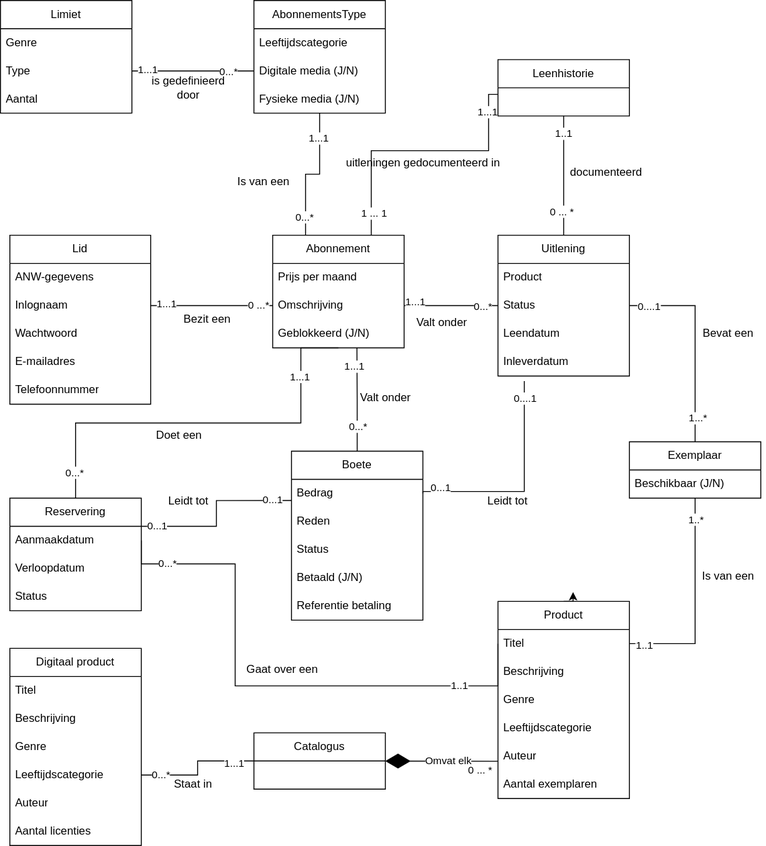
This is documents/domain-model/domain-model.svg from pieter-groenendijk/oose-library-management-system, a draw.io export, as it was before one commit. Source tidied: cells renumbered, new cells last; positions are measured from the earlier drawing's top-left corner, leaving out a move shared by most shapes.
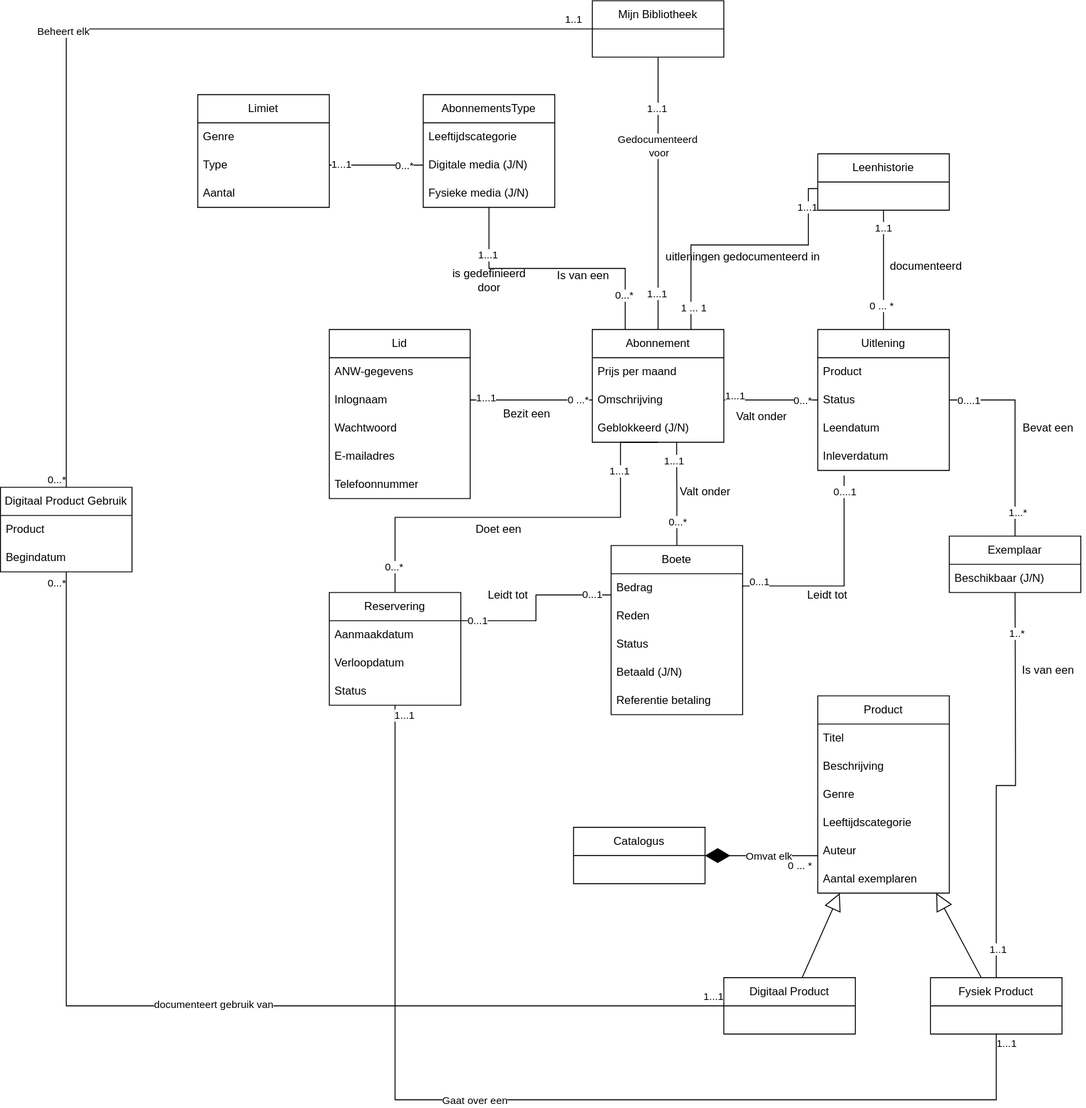
After the change.

Commit message:
Generalized concept 'Product', see domain-model-changes.md

The edit, as a diff of the source:
```diff
@@ -57,7 +57,7 @@
       <mxGeometry y="90" width="140" height="30" as="geometry" />
     </mxCell>
     <mxCell id="18" value="AbonnementsType" style="swimlane;fontStyle=0;horizontal=1;startSize=30;whiteSpace=wrap;html=1;" parent="1" vertex="1">
-      <mxGeometry x="270" width="140" height="120" as="geometry" />
+      <mxGeometry x="110" width="140" height="120" as="geometry" />
     </mxCell>
     <mxCell id="19" value="Leeftijdscategorie" style="text;strokeColor=none;fillColor=none;align=left;verticalAlign=middle;spacingLeft=4;spacingRight=4;overflow=hidden;whiteSpace=wrap;html=1;" parent="18" vertex="1">
       <mxGeometry y="30" width="140" height="30" as="geometry" />
@@ -92,11 +92,6 @@
     <mxCell id="29" value="Inleverdatum" style="text;strokeColor=none;fillColor=none;align=left;verticalAlign=middle;spacingLeft=4;spacingRight=4;overflow=hidden;points=[[0,0.5],[1,0.5]];portConstraint=eastwest;whiteSpace=wrap;html=1;" parent="25" vertex="1">
       <mxGeometry y="120" width="140" height="30" as="geometry" />
     </mxCell>
-    <mxCell id="30" style="edgeStyle=orthogonalEdgeStyle;rounded=0;jettySize=auto;html=1;exitX=0.5;exitY=0;exitDx=0;exitDy=0;" parent="1" edge="1" source="31">
-      <mxGeometry relative="1" as="geometry">
-        <mxPoint x="610" y="630" as="targetPoint" />
-      </mxGeometry>
-    </mxCell>
     <mxCell id="31" value="Product" style="swimlane;fontStyle=0;horizontal=1;startSize=30;whiteSpace=wrap;html=1;" parent="1" vertex="1">
       <mxGeometry x="530" y="640" width="140" height="210" as="geometry" />
     </mxCell>
@@ -140,7 +135,7 @@
       <mxGeometry y="90" width="140" height="30" as="geometry" />
     </mxCell>
     <mxCell id="45" value="Limiet" style="swimlane;fontStyle=0;horizontal=1;startSize=30;whiteSpace=wrap;html=1;" parent="1" vertex="1">
-      <mxGeometry width="140" height="120" as="geometry" />
+      <mxGeometry x="-130" width="140" height="120" as="geometry" />
     </mxCell>
     <mxCell id="46" value="Genre" style="text;strokeColor=none;fillColor=none;align=left;verticalAlign=middle;spacingLeft=4;spacingRight=4;overflow=hidden;whiteSpace=wrap;html=1;" parent="45" vertex="1">
       <mxGeometry y="30" width="140" height="30" as="geometry" />
@@ -172,22 +167,6 @@
     <mxCell id="53" value="0...*" style="edgeLabel;html=1;align=center;verticalAlign=middle;" parent="51" vertex="1">
       <mxGeometry x="-0.87" y="1" relative="1" as="geometry" />
     </mxCell>
-    <mxCell id="54" style="edgeStyle=orthogonalEdgeStyle;rounded=0;jettySize=auto;html=1;exitX=1;exitY=0.5;exitDx=0;exitDy=0;entryX=0;entryY=0.5;entryDx=0;entryDy=0;endArrow=none;endFill=0;" parent="1" edge="1" source="42" target="32">
-      <mxGeometry relative="1" as="geometry">
-        <Array as="points">
-          <mxPoint x="150" y="600" />
-          <mxPoint x="250" y="600" />
-          <mxPoint x="250" y="730" />
-          <mxPoint x="530" y="730" />
-        </Array>
-      </mxGeometry>
-    </mxCell>
-    <mxCell id="55" value="0...*" style="edgeLabel;html=1;align=center;verticalAlign=middle;" parent="54" vertex="1">
-      <mxGeometry x="-0.82" relative="1" as="geometry" />
-    </mxCell>
-    <mxCell id="56" value="1..1" style="edgeLabel;html=1;align=center;verticalAlign=middle;" parent="54" vertex="1">
-      <mxGeometry x="0.7" relative="1" as="geometry" />
-    </mxCell>
     <mxCell id="57" style="edgeStyle=orthogonalEdgeStyle;rounded=0;jettySize=auto;html=1;exitX=1;exitY=0.5;exitDx=0;exitDy=0;entryX=0;entryY=0.5;entryDx=0;entryDy=0;endArrow=none;endFill=0;" parent="1" edge="1" source="16" target="27">
       <mxGeometry relative="1" as="geometry" />
     </mxCell>
@@ -255,12 +234,9 @@
     <mxCell id="77" value="0 ... *" style="edgeLabel;html=1;align=center;verticalAlign=middle;" parent="75" vertex="1">
       <mxGeometry x="-0.61" y="2" relative="1" as="geometry" />
     </mxCell>
-    <mxCell id="78" style="edgeStyle=orthogonalEdgeStyle;rounded=0;jettySize=auto;html=1;exitX=1;exitY=0.5;exitDx=0;exitDy=0;endArrow=none;endFill=0;" parent="1" edge="1" source="32">
+    <mxCell id="78" style="edgeStyle=orthogonalEdgeStyle;rounded=0;jettySize=auto;html=1;endArrow=none;endFill=0;" parent="1" edge="1" source="113">
       <mxGeometry relative="1" as="geometry">
         <mxPoint x="740" y="530" as="targetPoint" />
-        <Array as="points">
-          <mxPoint x="740" y="685" />
-        </Array>
       </mxGeometry>
     </mxCell>
     <mxCell id="79" value="1..1" style="edgeLabel;html=1;align=center;verticalAlign=middle;" parent="78" vertex="1">
@@ -269,15 +245,6 @@
     <mxCell id="80" value="1..*" style="edgeLabel;html=1;align=center;verticalAlign=middle;" parent="78" vertex="1">
       <mxGeometry x="0.8" y="-1" relative="1" as="geometry" />
     </mxCell>
-    <mxCell id="81" style="edgeStyle=orthogonalEdgeStyle;rounded=0;jettySize=auto;html=1;entryX=1;entryY=0.5;entryDx=0;entryDy=0;endArrow=none;endFill=0;" parent="1" edge="1" source="109" target="91">
-      <mxGeometry relative="1" as="geometry" />
-    </mxCell>
-    <mxCell id="82" value="0...*" style="edgeLabel;html=1;align=center;verticalAlign=middle;" parent="81" vertex="1">
-      <mxGeometry x="0.69" relative="1" as="geometry" />
-    </mxCell>
-    <mxCell id="83" value="1...1" style="edgeLabel;html=1;align=center;verticalAlign=middle;" parent="81" vertex="1">
-      <mxGeometry x="-0.69" y="3" relative="1" as="geometry" />
-    </mxCell>
     <mxCell id="84" style="edgeStyle=orthogonalEdgeStyle;rounded=0;jettySize=auto;html=1;exitX=1;exitY=0.5;exitDx=0;exitDy=0;entryX=0;entryY=0.5;entryDx=0;entryDy=0;endArrow=none;endFill=0;" parent="1" edge="1" source="47" target="20">
       <mxGeometry relative="1" as="geometry" />
     </mxCell>
@@ -287,29 +254,8 @@
     <mxCell id="86" value="1...1" style="edgeLabel;html=1;align=center;verticalAlign=middle;" parent="84" vertex="1">
       <mxGeometry x="-0.74" y="1" relative="1" as="geometry" />
     </mxCell>
-    <mxCell id="87" value="Digitaal product" style="swimlane;fontStyle=0;horizontal=1;startSize=30;whiteSpace=wrap;html=1;" parent="1" vertex="1">
-      <mxGeometry x="10" y="690" width="140" height="210" as="geometry" />
-    </mxCell>
-    <mxCell id="88" value="Titel" style="text;strokeColor=none;fillColor=none;align=left;verticalAlign=middle;spacingLeft=4;spacingRight=4;overflow=hidden;whiteSpace=wrap;html=1;" parent="87" vertex="1">
-      <mxGeometry y="30" width="140" height="30" as="geometry" />
-    </mxCell>
-    <mxCell id="89" value="Beschrijving" style="text;strokeColor=none;fillColor=none;align=left;verticalAlign=middle;spacingLeft=4;spacingRight=4;overflow=hidden;whiteSpace=wrap;html=1;" parent="87" vertex="1">
-      <mxGeometry y="60" width="140" height="30" as="geometry" />
-    </mxCell>
-    <mxCell id="90" value="Genre" style="text;strokeColor=none;fillColor=none;align=left;verticalAlign=middle;spacingLeft=4;spacingRight=4;overflow=hidden;whiteSpace=wrap;html=1;" parent="87" vertex="1">
-      <mxGeometry y="90" width="140" height="30" as="geometry" />
-    </mxCell>
-    <mxCell id="91" value="Leeftijdscategorie" style="text;strokeColor=none;fillColor=none;align=left;verticalAlign=middle;spacingLeft=4;spacingRight=4;overflow=hidden;points=[[0,0.5],[1,0.5]];portConstraint=eastwest;whiteSpace=wrap;html=1;" parent="87" vertex="1">
-      <mxGeometry y="120" width="140" height="30" as="geometry" />
-    </mxCell>
-    <mxCell id="92" value="Auteur" style="text;strokeColor=none;fillColor=none;align=left;verticalAlign=middle;spacingLeft=4;spacingRight=4;overflow=hidden;whiteSpace=wrap;html=1;" parent="87" vertex="1">
-      <mxGeometry y="150" width="140" height="30" as="geometry" />
-    </mxCell>
-    <mxCell id="93" value="Aantal licenties" style="text;strokeColor=none;fillColor=none;align=left;verticalAlign=middle;spacingLeft=4;spacingRight=4;overflow=hidden;whiteSpace=wrap;html=1;" parent="87" vertex="1">
-      <mxGeometry y="180" width="140" height="30" as="geometry" />
-    </mxCell>
     <mxCell id="94" value="&lt;div&gt;is gedefinieerd&lt;/div&gt;&lt;div&gt;door&lt;br&gt;&lt;/div&gt;" style="text;html=1;align=center;verticalAlign=middle;strokeColor=none;fillColor=none;" parent="1" vertex="1">
-      <mxGeometry x="155" y="73" width="90" height="40" as="geometry" />
+      <mxGeometry x="135" y="178" width="90" height="40" as="geometry" />
     </mxCell>
     <mxCell id="95" value="Bezit een" style="text;html=1;align=center;verticalAlign=middle;strokeColor=none;fillColor=none;" parent="1" vertex="1">
       <mxGeometry x="185" y="325" width="70" height="30" as="geometry" />
@@ -332,12 +278,6 @@
     <mxCell id="101" value="Leidt tot" style="text;html=1;align=center;verticalAlign=middle;strokeColor=none;fillColor=none;" parent="1" vertex="1">
       <mxGeometry x="165" y="518" width="70" height="30" as="geometry" />
     </mxCell>
-    <mxCell id="102" value="Gaat over een" style="text;html=1;align=center;verticalAlign=middle;strokeColor=none;fillColor=none;" parent="1" vertex="1">
-      <mxGeometry x="250" y="698" width="100" height="30" as="geometry" />
-    </mxCell>
-    <mxCell id="103" value="Staat in" style="text;html=1;align=center;verticalAlign=middle;strokeColor=none;fillColor=none;" parent="1" vertex="1">
-      <mxGeometry x="175" y="820" width="60" height="30" as="geometry" />
-    </mxCell>
     <mxCell id="104" value="Is van een" style="text;html=1;align=center;verticalAlign=middle;strokeColor=none;fillColor=none;" parent="1" vertex="1">
       <mxGeometry x="735" y="598" width="80" height="30" as="geometry" />
     </mxCell>
@@ -367,5 +307,101 @@
         <mxPoint x="-11" y="10" as="offset" />
       </mxGeometry>
     </mxCell>
+    <mxCell id="113" value="Fysiek Product" style="swimlane;fontStyle=0;horizontal=1;startSize=30;whiteSpace=wrap;html=1;" parent="1" vertex="1">
+      <mxGeometry x="650" y="940" width="140" height="60" as="geometry" />
+    </mxCell>
+    <mxCell id="114" value="Digitaal Product" style="swimlane;fontStyle=0;horizontal=1;startSize=30;whiteSpace=wrap;html=1;" parent="1" vertex="1">
+      <mxGeometry x="430" y="940" width="140" height="60" as="geometry" />
+    </mxCell>
+    <mxCell id="115" style="endArrow=block;endSize=16;endFill=0;html=1;rounded=0;" parent="1" edge="1" source="113" target="31">
+      <mxGeometry relative="1" as="geometry" />
+    </mxCell>
+    <mxCell id="116" style="endArrow=block;endSize=16;endFill=0;html=1;rounded=0;" parent="1" edge="1" source="114" target="31">
+      <mxGeometry relative="1" as="geometry" />
+    </mxCell>
+    <mxCell id="117" value="Mijn Bibliotheek" style="swimlane;fontStyle=0;horizontal=1;startSize=30;whiteSpace=wrap;html=1;" parent="1" vertex="1">
+      <mxGeometry x="290" y="-100" width="140" height="60" as="geometry" />
+    </mxCell>
+    <mxCell id="118" style="edgeStyle=orthogonalEdgeStyle;rounded=0;jettySize=auto;html=1;endArrow=none;endFill=0;" parent="1" edge="1" source="14" target="117">
+      <mxGeometry relative="1" as="geometry" />
+    </mxCell>
+    <mxCell id="119" value="1...1" style="edgeLabel;html=1;align=center;verticalAlign=middle;" parent="118" vertex="1">
+      <mxGeometry x="-0.73" y="1" relative="1" as="geometry" />
+    </mxCell>
+    <mxCell id="120" value="1...1" style="edgeLabel;html=1;align=center;verticalAlign=middle;" parent="118" vertex="1">
+      <mxGeometry x="0.63" y="1" relative="1" as="geometry" />
+    </mxCell>
+    <mxCell id="121" value="&lt;div&gt;Gedocumenteerd&amp;nbsp;&lt;/div&gt;&lt;div&gt;voor&lt;/div&gt;" style="edgeLabel;html=1;align=center;verticalAlign=middle;" parent="118" vertex="1">
+      <mxGeometry x="0.35" y="-1" relative="1" as="geometry" />
+    </mxCell>
+    <mxCell id="122" style="edgeStyle=orthogonalEdgeStyle;rounded=0;jettySize=auto;html=1;endArrow=none;endFill=0;" parent="1" edge="1" source="117" target="125">
+      <mxGeometry relative="1" as="geometry">
+        <Array as="points">
+          <mxPoint x="-270" y="-70" />
+          <mxPoint x="-270" y="470" />
+        </Array>
+      </mxGeometry>
+    </mxCell>
+    <mxCell id="56" value="1..1" style="edgeLabel;html=1;align=center;verticalAlign=middle;" parent="122" vertex="1">
+      <mxGeometry x="-0.86" y="-2" relative="1" as="geometry">
+        <mxPoint x="55" y="-8" as="offset" />
+      </mxGeometry>
+    </mxCell>
+    <mxCell id="123" value="0...*" style="edgeLabel;html=1;align=center;verticalAlign=middle;" parent="122" vertex="1">
+      <mxGeometry x="0.8" y="-1" relative="1" as="geometry">
+        <mxPoint x="-9" y="98" as="offset" />
+      </mxGeometry>
+    </mxCell>
+    <mxCell id="124" value="Beheert elk" style="edgeLabel;html=1;align=center;verticalAlign=middle;" parent="122" vertex="1">
+      <mxGeometry x="0.07" y="-3" relative="1" as="geometry" />
+    </mxCell>
+    <mxCell id="125" value="Digitaal Product Gebruik" style="swimlane;fontStyle=0;horizontal=1;startSize=30;whiteSpace=wrap;html=1;" parent="1" vertex="1">
+      <mxGeometry x="-340" y="418" width="140" height="90" as="geometry" />
+    </mxCell>
+    <mxCell id="126" value="Product" style="text;strokeColor=none;fillColor=none;align=left;verticalAlign=middle;spacingLeft=4;spacingRight=4;overflow=hidden;whiteSpace=wrap;html=1;" parent="125" vertex="1">
+      <mxGeometry y="30" width="140" height="30" as="geometry" />
+    </mxCell>
+    <mxCell id="127" value="Begindatum" style="text;strokeColor=none;fillColor=none;align=left;verticalAlign=middle;spacingLeft=4;spacingRight=4;overflow=hidden;whiteSpace=wrap;html=1;" parent="125" vertex="1">
+      <mxGeometry y="60" width="140" height="30" as="geometry" />
+    </mxCell>
+    <mxCell id="128" style="edgeStyle=orthogonalEdgeStyle;rounded=0;jettySize=auto;html=1;endArrow=none;endFill=0;" parent="1" edge="1" source="114" target="125">
+      <mxGeometry relative="1" as="geometry" />
+    </mxCell>
+    <mxCell id="129" value="0...*" style="edgeLabel;html=1;align=center;verticalAlign=middle;" parent="128" vertex="1">
+      <mxGeometry x="0.65" y="3" relative="1" as="geometry">
+        <mxPoint x="-7" y="-192" as="offset" />
+      </mxGeometry>
+    </mxCell>
+    <mxCell id="130" value="1...1" style="edgeLabel;html=1;align=center;verticalAlign=middle;" parent="128" vertex="1">
+      <mxGeometry x="-0.53" y="-1" relative="1" as="geometry">
+        <mxPoint x="263" y="-9" as="offset" />
+      </mxGeometry>
+    </mxCell>
+    <mxCell id="131" value="documenteert gebruik van" style="edgeLabel;html=1;align=center;verticalAlign=middle;" parent="128" vertex="1">
+      <mxGeometry x="-0.06" y="-1" relative="1" as="geometry" />
+    </mxCell>
+    <mxCell id="132" style="edgeStyle=orthogonalEdgeStyle;rounded=0;jettySize=auto;html=1;endArrow=none;endFill=0;" parent="1" edge="1" source="113" target="41">
+      <mxGeometry relative="1" as="geometry">
+        <Array as="points">
+          <mxPoint x="720" y="1070" />
+          <mxPoint x="80" y="1070" />
+        </Array>
+      </mxGeometry>
+    </mxCell>
+    <mxCell id="133" value="1...1" style="edgeLabel;html=1;align=center;verticalAlign=middle;" parent="132" vertex="1">
+      <mxGeometry x="0.65" y="3" relative="1" as="geometry">
+        <mxPoint x="13" y="-188" as="offset" />
+      </mxGeometry>
+    </mxCell>
+    <mxCell id="134" value="1...1" style="edgeLabel;html=1;align=center;verticalAlign=middle;" parent="132" vertex="1">
+      <mxGeometry x="-0.53" y="-1" relative="1" as="geometry">
+        <mxPoint x="206" y="-59" as="offset" />
+      </mxGeometry>
+    </mxCell>
+    <mxCell id="102" value="Gaat over een" style="edgeLabel;html=1;align=center;verticalAlign=middle;" parent="132" vertex="1">
+      <mxGeometry x="0.11" y="1" relative="1" as="geometry">
+        <mxPoint x="1" as="offset" />
+      </mxGeometry>
+    </mxCell>
   </root>
 </mxGraphModel>
```
